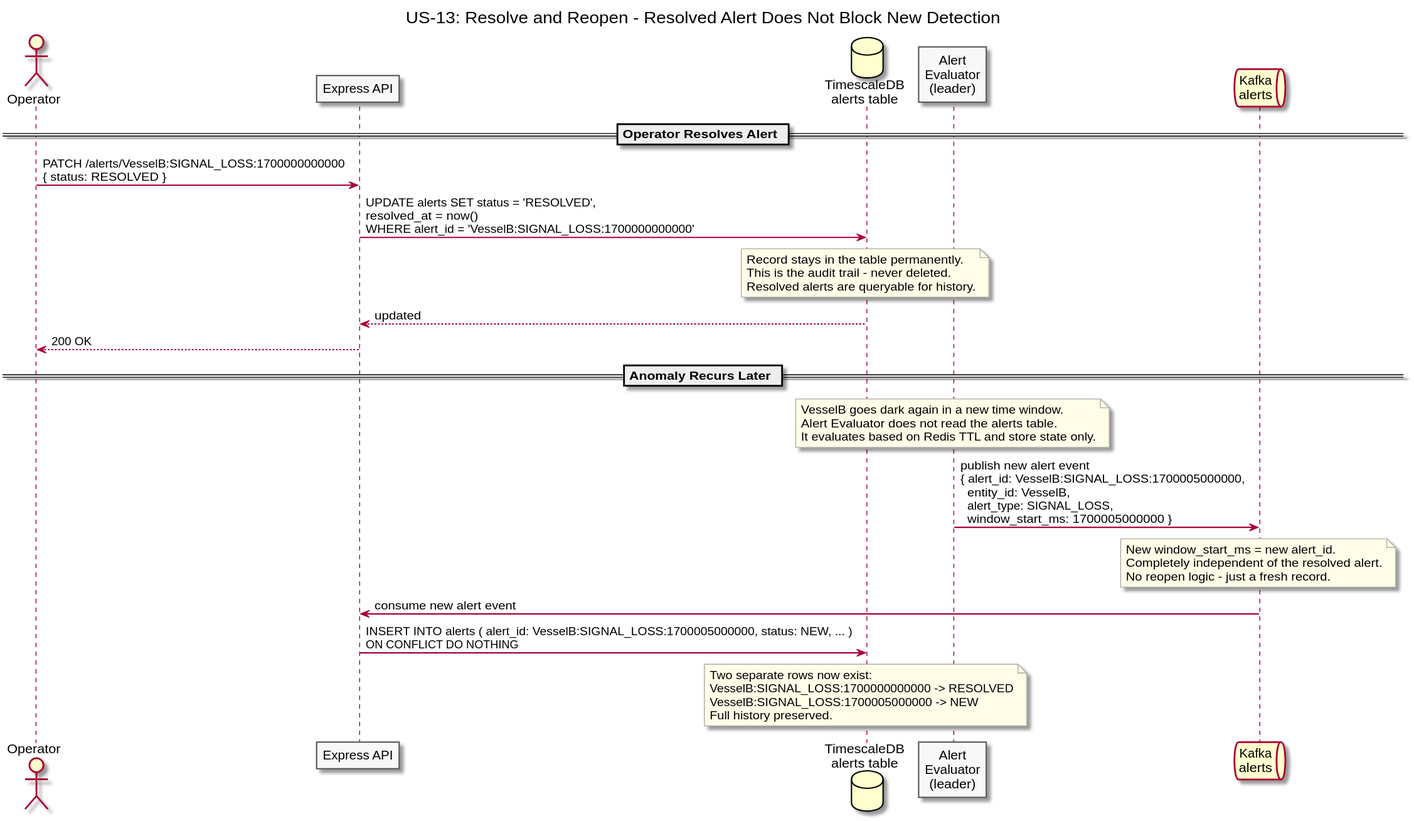
Earlier version of the PlantUML export diagrams/docs/use-cases/US-13-alert-lifecycle/resolve-and-reopen.svg (Buffden/sentinel). Its diagram source:
```plantuml
@startuml resolve-and-reopen
title US-13: Resolve and Reopen - Resolved Alert Does Not Block New Detection

skinparam sequenceArrowThickness 1.5
skinparam participantBorderColor #555555
skinparam participantBackgroundColor #F8F8F8
skinparam noteBorderColor #AAAAAA
skinparam noteBackgroundColor #FFFDE7

actor Operator
participant "Express API" as API
database "TimescaleDB\nalerts table" as TSDB
participant "Alert\nEvaluator\n(leader)" as Evaluator
queue "Kafka\nalerts" as Kafka

== Operator Resolves Alert ==

Operator -> API : PATCH /alerts/VesselB:SIGNAL_LOSS:1700000000000\n{ status: RESOLVED }

API -> TSDB : UPDATE alerts SET status = 'RESOLVED',\nresolved_at = now()\nWHERE alert_id = 'VesselB:SIGNAL_LOSS:1700000000000'

note over TSDB
  Record stays in the table permanently.
  This is the audit trail - never deleted.
  Resolved alerts are queryable for history.
end note

TSDB --> API : updated
API --> Operator : 200 OK

== Anomaly Recurs Later ==

note over Evaluator
  VesselB goes dark again in a new time window.
  Alert Evaluator does not read the alerts table.
  It evaluates based on Redis TTL and store state only.
end note

Evaluator -> Kafka : publish new alert event\n{ alert_id: VesselB:SIGNAL_LOSS:1700005000000,\n  entity_id: VesselB,\n  alert_type: SIGNAL_LOSS,\n  window_start_ms: 1700005000000 }

note over Kafka
  New window_start_ms = new alert_id.
  Completely independent of the resolved alert.
  No reopen logic - just a fresh record.
end note

Kafka -> API : consume new alert event
API -> TSDB : INSERT INTO alerts ( alert_id: VesselB:SIGNAL_LOSS:1700005000000, status: NEW, ... )\nON CONFLICT DO NOTHING

note over TSDB
  Two separate rows now exist:
  VesselB:SIGNAL_LOSS:1700000000000 -> RESOLVED
  VesselB:SIGNAL_LOSS:1700005000000 -> NEW
  Full history preserved.
end note

@enduml
```
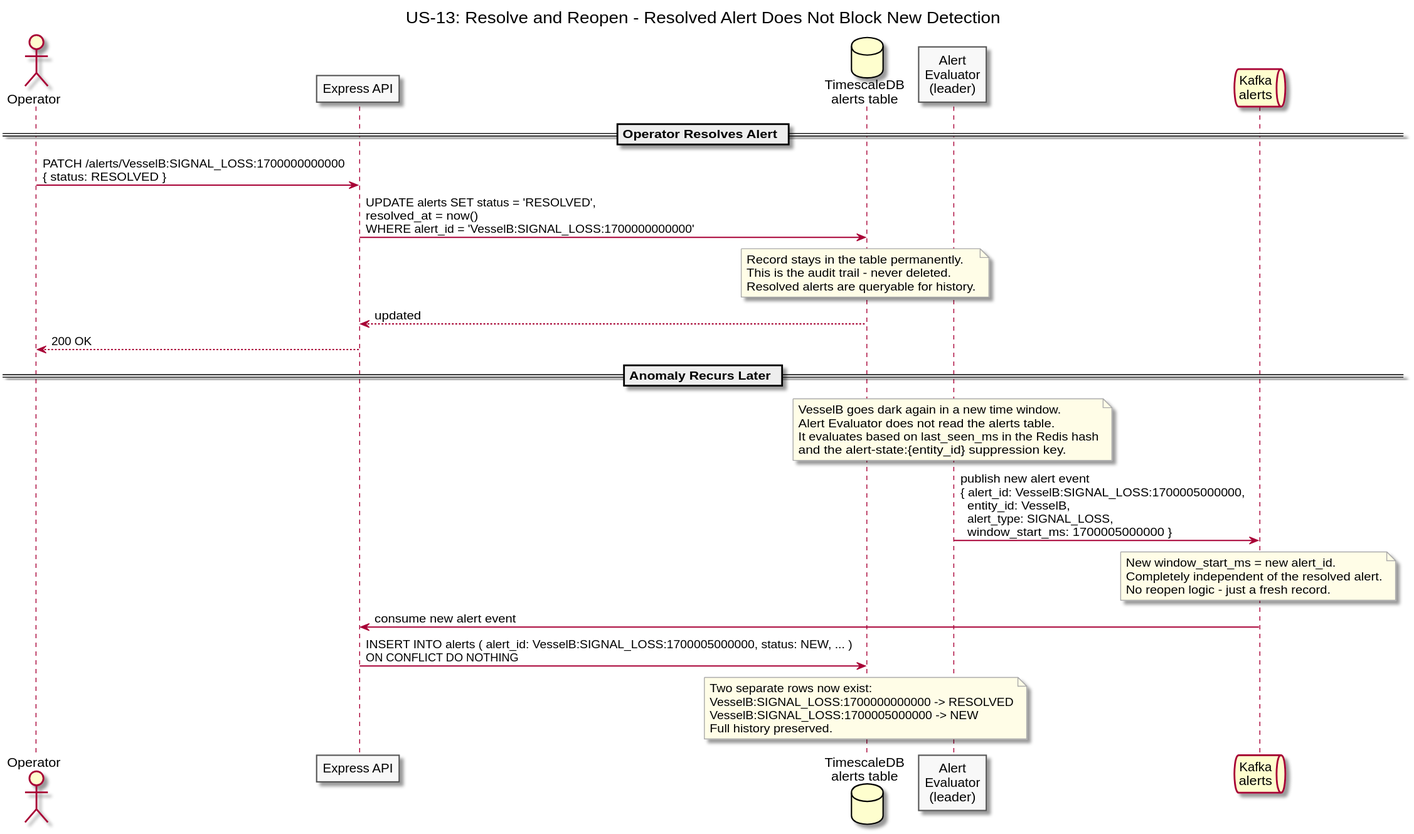
The same diagram one commit later.

Diff of the diagram source:
```diff
@@ -33,7 +33,8 @@
 note over Evaluator
   VesselB goes dark again in a new time window.
   Alert Evaluator does not read the alerts table.
-  It evaluates based on Redis TTL and store state only.
+  It evaluates based on last_seen_ms in the Redis hash
+  and the alert-state:{entity_id} suppression key.
 end note
 
 Evaluator -> Kafka : publish new alert event\n{ alert_id: VesselB:SIGNAL_LOSS:1700005000000,\n  entity_id: VesselB,\n  alert_type: SIGNAL_LOSS,\n  window_start_ms: 1700005000000 }
```
